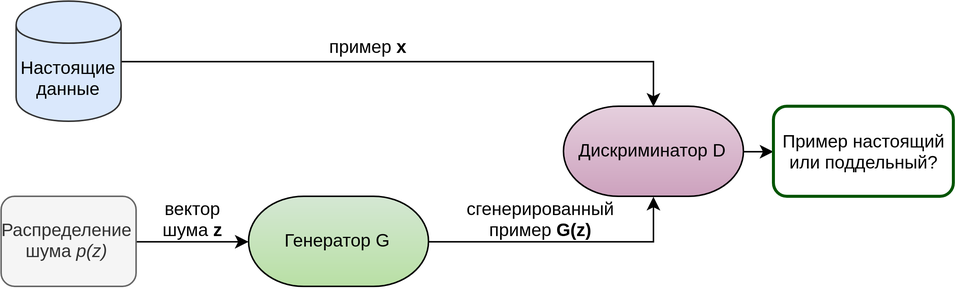
solesensei/day2night keeps this draw.io diagram as diploma/source/img/gan.png. Above is the earlier version. Source tidied: cells renumbered, new cells last; positions are measured from the earlier drawing's top-left corner, leaving out a move shared by most shapes.
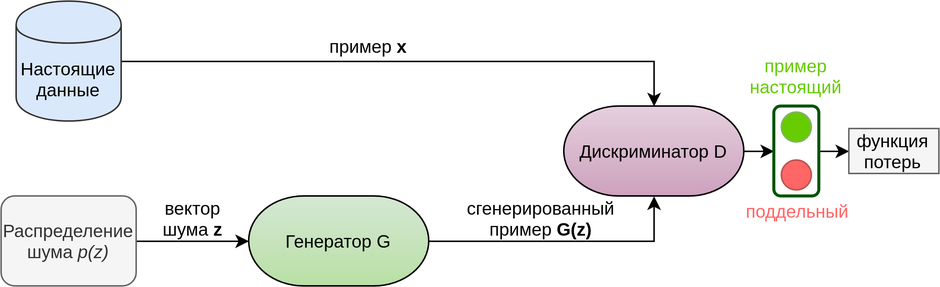
The same diagram one commit later.

The edit, as a diff of the source:
```diff
@@ -26,8 +26,11 @@
     <mxCell id="9" value="Генератор G" style="strokeWidth=1;html=1;shape=mxgraph.flowchart.terminator;whiteSpace=wrap;fontFamily=Helvetica;fontSize=12;fontColor=#000000;align=center;strokeColor=#000000;fillColor=#D5E8D4;gradientColor=#B9E0A5;" parent="1" vertex="1">
       <mxGeometry x="165" y="130" width="120" height="60" as="geometry" />
     </mxCell>
+    <mxCell id="14" style="edgeStyle=orthogonalEdgeStyle;rounded=0;jettySize=auto;html=1;exitX=1;exitY=0.5;exitDx=0;exitDy=0;entryX=0;entryY=0.5;entryDx=0;entryDy=0;fontColor=#FF6666;" parent="1" edge="1" source="10" target="19">
+      <mxGeometry relative="1" as="geometry" />
+    </mxCell>
-    <mxCell id="10" value="Пример настоящий или поддельный?" style="rounded=1;whiteSpace=wrap;html=1;glass=0;strokeWidth=2;strokeColor=#005400;" parent="1" vertex="1">
-      <mxGeometry x="515" y="70" width="120" height="60" as="geometry" />
+    <mxCell id="10" style="rounded=1;whiteSpace=wrap;html=1;glass=0;strokeWidth=2;strokeColor=#005400;" parent="1" vertex="1">
+      <mxGeometry x="515" y="70" width="30" height="60" as="geometry" />
     </mxCell>
     <mxCell id="11" value="&lt;div style=&quot;text-align: center&quot;&gt;&lt;span&gt;вектор&lt;/span&gt;&lt;/div&gt;&lt;div style=&quot;text-align: center&quot;&gt;&lt;span&gt;шума &lt;/span&gt;&lt;b&gt;z&lt;/b&gt;&lt;/div&gt;" style="text;html=1;strokeColor=none;fillColor=none;align=center;verticalAlign=middle;whiteSpace=wrap;rounded=0;glass=0;" parent="1" vertex="1">
       <mxGeometry x="95" y="130" width="65" height="30" as="geometry" />
@@ -38,5 +41,20 @@
     <mxCell id="13" value="сгенерированный пример &lt;b&gt;G(z)&lt;/b&gt;" style="text;html=1;strokeColor=none;fillColor=none;align=center;verticalAlign=middle;whiteSpace=wrap;rounded=0;glass=0;" parent="1" vertex="1">
       <mxGeometry x="290" y="130" width="140" height="30" as="geometry" />
     </mxCell>
+    <mxCell id="15" style="ellipse;whiteSpace=wrap;html=1;fillColor=#66CC00;strokeColor=#82b366;" parent="1" vertex="1">
+      <mxGeometry x="520" y="74" width="20" height="20" as="geometry" />
+    </mxCell>
+    <mxCell id="16" style="ellipse;whiteSpace=wrap;html=1;fillColor=#FF6666;strokeColor=#b85450;" parent="1" vertex="1">
+      <mxGeometry x="520" y="106" width="20" height="20" as="geometry" />
+    </mxCell>
+    <mxCell id="17" value="пример настоящий" style="text;html=1;strokeColor=none;fillColor=none;align=center;verticalAlign=middle;whiteSpace=wrap;rounded=0;fontColor=#66CC00;labelBorderColor=none;" parent="1" vertex="1">
+      <mxGeometry x="510" y="40" width="40" height="20" as="geometry" />
+    </mxCell>
+    <mxCell id="18" value="поддельный&lt;br&gt;" style="text;html=1;strokeColor=none;fillColor=none;align=center;verticalAlign=middle;whiteSpace=wrap;rounded=0;fontColor=#FF6666;labelBorderColor=none;" parent="1" vertex="1">
+      <mxGeometry x="510" y="130" width="40" height="20" as="geometry" />
+    </mxCell>
+    <mxCell id="19" value="&lt;font color=&quot;#000000&quot;&gt;функция потерь&lt;/font&gt;" style="rounded=0;whiteSpace=wrap;html=1;fillColor=#f5f5f5;fontColor=#333333;strokeColor=#666666;" parent="1" vertex="1">
+      <mxGeometry x="565" y="85" width="60" height="30" as="geometry" />
+    </mxCell>
   </root>
 </mxGraphModel>
```
